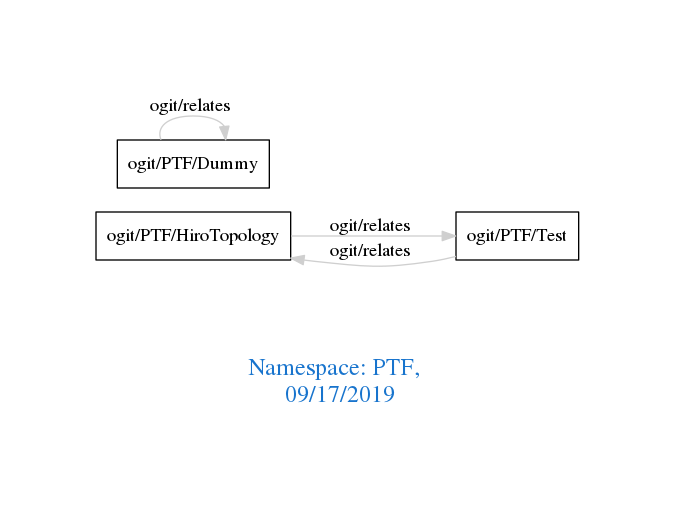
Earlier version of the Graphviz export downloads/PTF.png (arago/OGIT). Its source is kept beside it as downloads/PTF.dot.
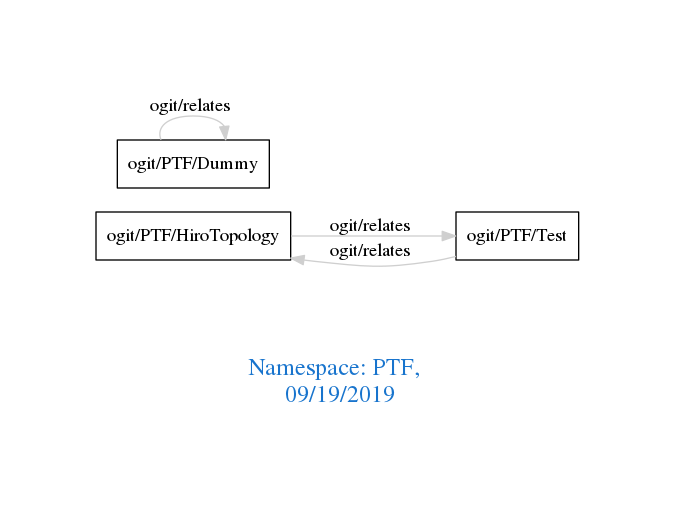
The same diagram one commit later.

Change to the diagram source:
```diff
@@ -1,7 +1,7 @@
 digraph OGIT_ontology {
  graph [ rankdir= LR,pad=1
 fontsize = 18,
-fontcolor= dodgerblue3,label = "\n\n\nNamespace: PTF, \n 09/17/2019"];
+fontcolor= dodgerblue3,label = "\n\n\nNamespace: PTF, \n 09/19/2019"];
 node[shape=polygon];
 edge [  color="gray81"];
 
```
